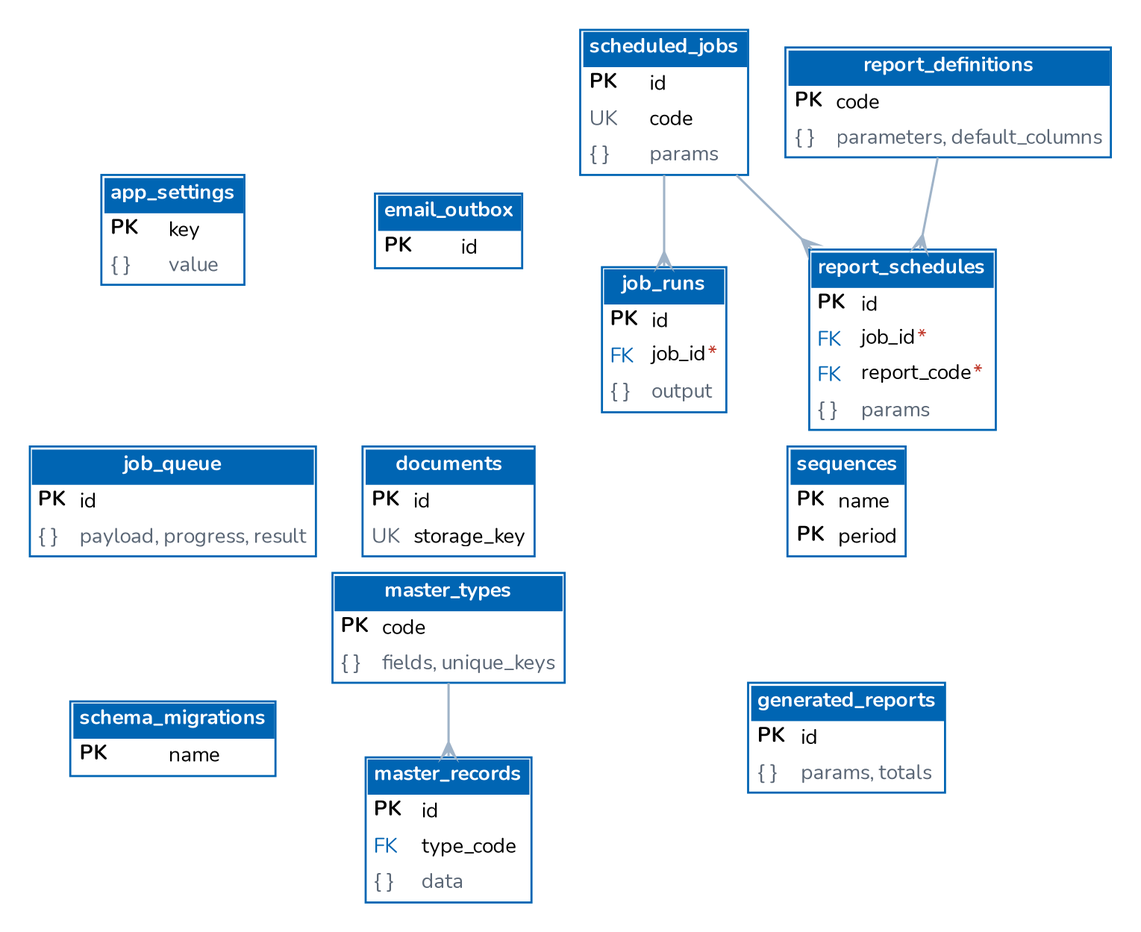
The Graphviz diagram docs/architecture/diagrams/er_platform.png in IortaTexhNXT-DEV/BDOI-OOTB, before a commit. Its source is kept beside it as docs/architecture/diagrams/er_platform.dot.
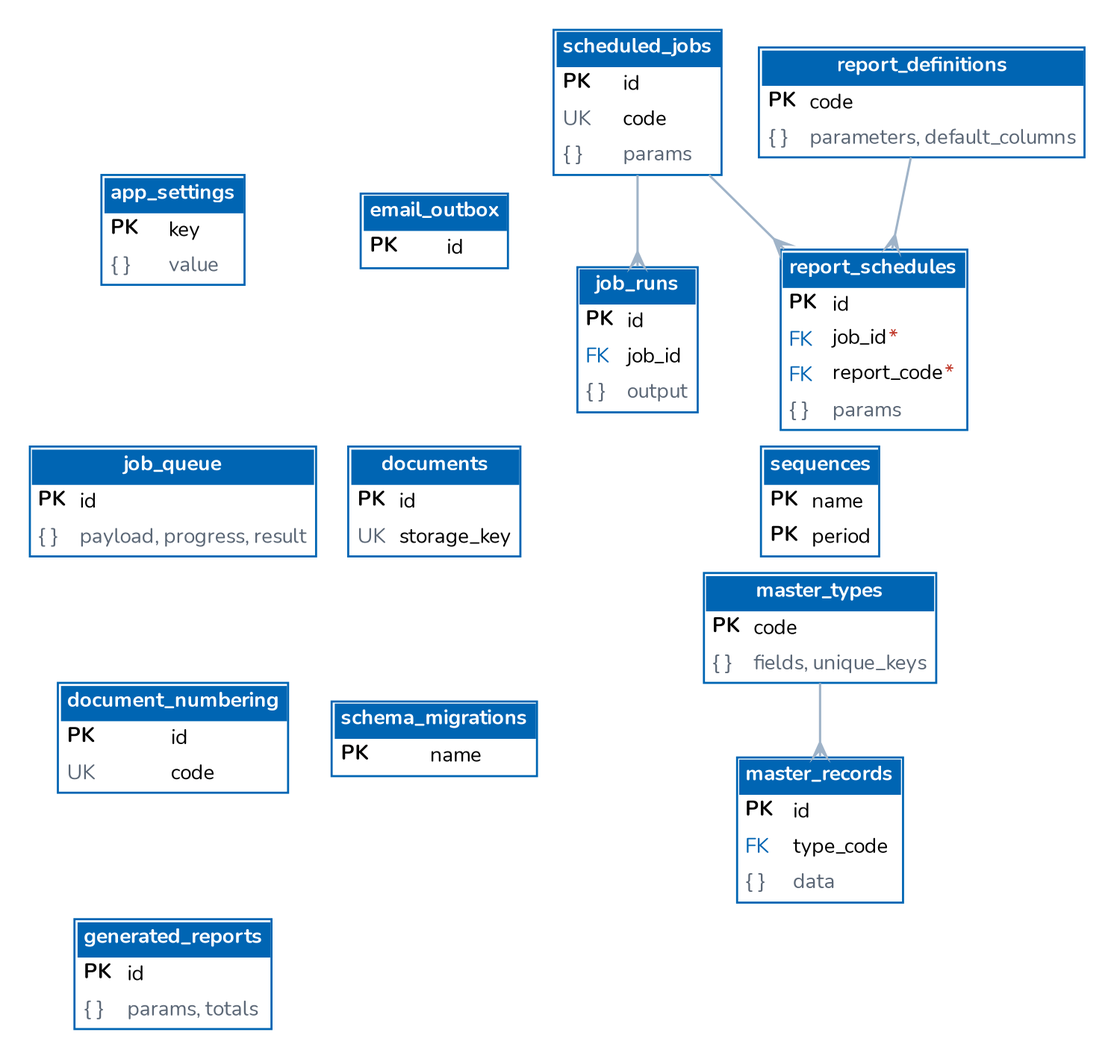
After the commit.

What changed in the source:
```diff
@@ -5,10 +5,11 @@
   "app_settings" [label=<<table border="1" cellborder="0" cellspacing="0" cellpadding="3" color="#0065B3"><tr><td colspan="2" bgcolor="#0065B3"><font color="white"><b>app_settings</b></font></td></tr><tr><td align="left" balign="left"><b>PK</b></td><td align="left">key</td></tr><tr><td align="left"><font color="#5B6776">{ }</font></td><td align="left"><font color="#5B6776">value</font></td></tr></table>>];
   "email_outbox" [label=<<table border="1" cellborder="0" cellspacing="0" cellpadding="3" color="#0065B3"><tr><td colspan="2" bgcolor="#0065B3"><font color="white"><b>email_outbox</b></font></td></tr><tr><td align="left" balign="left"><b>PK</b></td><td align="left">id</td></tr></table>>];
   "scheduled_jobs" [label=<<table border="1" cellborder="0" cellspacing="0" cellpadding="3" color="#0065B3"><tr><td colspan="2" bgcolor="#0065B3"><font color="white"><b>scheduled_jobs</b></font></td></tr><tr><td align="left" balign="left"><b>PK</b></td><td align="left">id</td></tr><tr><td align="left"><font color="#5B6776">UK</font></td><td align="left">code</td></tr><tr><td align="left"><font color="#5B6776">{ }</font></td><td align="left"><font color="#5B6776">params</font></td></tr></table>>];
-  "job_runs" [label=<<table border="1" cellborder="0" cellspacing="0" cellpadding="3" color="#0065B3"><tr><td colspan="2" bgcolor="#0065B3"><font color="white"><b>job_runs</b></font></td></tr><tr><td align="left" balign="left"><b>PK</b></td><td align="left">id</td></tr><tr><td align="left"><font color="#0065B3">FK</font></td><td align="left">job_id<font color="#C0392B">*</font></td></tr><tr><td align="left"><font color="#5B6776">{ }</font></td><td align="left"><font color="#5B6776">output</font></td></tr></table>>];
+  "job_runs" [label=<<table border="1" cellborder="0" cellspacing="0" cellpadding="3" color="#0065B3"><tr><td colspan="2" bgcolor="#0065B3"><font color="white"><b>job_runs</b></font></td></tr><tr><td align="left" balign="left"><b>PK</b></td><td align="left">id</td></tr><tr><td align="left"><font color="#0065B3">FK</font></td><td align="left">job_id</td></tr><tr><td align="left"><font color="#5B6776">{ }</font></td><td align="left"><font color="#5B6776">output</font></td></tr></table>>];
   "job_queue" [label=<<table border="1" cellborder="0" cellspacing="0" cellpadding="3" color="#0065B3"><tr><td colspan="2" bgcolor="#0065B3"><font color="white"><b>job_queue</b></font></td></tr><tr><td align="left" balign="left"><b>PK</b></td><td align="left">id</td></tr><tr><td align="left"><font color="#5B6776">{ }</font></td><td align="left"><font color="#5B6776">payload, progress, result</font></td></tr></table>>];
   "documents" [label=<<table border="1" cellborder="0" cellspacing="0" cellpadding="3" color="#0065B3"><tr><td colspan="2" bgcolor="#0065B3"><font color="white"><b>documents</b></font></td></tr><tr><td align="left" balign="left"><b>PK</b></td><td align="left">id</td></tr><tr><td align="left"><font color="#5B6776">UK</font></td><td align="left">storage_key</td></tr></table>>];
   "sequences" [label=<<table border="1" cellborder="0" cellspacing="0" cellpadding="3" color="#0065B3"><tr><td colspan="2" bgcolor="#0065B3"><font color="white"><b>sequences</b></font></td></tr><tr><td align="left" balign="left"><b>PK</b></td><td align="left">name</td></tr><tr><td align="left" balign="left"><b>PK</b></td><td align="left">period</td></tr></table>>];
+  "document_numbering" [label=<<table border="1" cellborder="0" cellspacing="0" cellpadding="3" color="#0065B3"><tr><td colspan="2" bgcolor="#0065B3"><font color="white"><b>document_numbering</b></font></td></tr><tr><td align="left" balign="left"><b>PK</b></td><td align="left">id</td></tr><tr><td align="left"><font color="#5B6776">UK</font></td><td align="left">code</td></tr></table>>];
   "schema_migrations" [label=<<table border="1" cellborder="0" cellspacing="0" cellpadding="3" color="#0065B3"><tr><td colspan="2" bgcolor="#0065B3"><font color="white"><b>schema_migrations</b></font></td></tr><tr><td align="left" balign="left"><b>PK</b></td><td align="left">name</td></tr></table>>];
   "master_types" [label=<<table border="1" cellborder="0" cellspacing="0" cellpadding="3" color="#0065B3"><tr><td colspan="2" bgcolor="#0065B3"><font color="white"><b>master_types</b></font></td></tr><tr><td align="left" balign="left"><b>PK</b></td><td align="left">code</td></tr><tr><td align="left"><font color="#5B6776">{ }</font></td><td align="left"><font color="#5B6776">fields, unique_keys</font></td></tr></table>>];
   "master_records" [label=<<table border="1" cellborder="0" cellspacing="0" cellpadding="3" color="#0065B3"><tr><td colspan="2" bgcolor="#0065B3"><font color="white"><b>master_records</b></font></td></tr><tr><td align="left" balign="left"><b>PK</b></td><td align="left">id</td></tr><tr><td align="left"><font color="#0065B3">FK</font></td><td align="left">type_code</td></tr><tr><td align="left"><font color="#5B6776">{ }</font></td><td align="left"><font color="#5B6776">data</font></td></tr></table>>];
```
